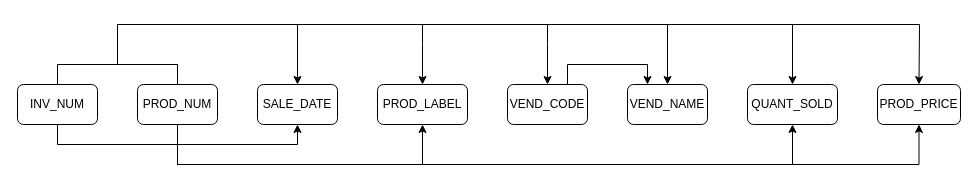
muoujiang/byb_project keeps this draw.io diagram as 未命名绘图.drawio. Above is the earlier version. Source tidied: cells renumbered, new cells numbered last; positions are measured from the earlier drawing's top-left corner, leaving out a move shared by most shapes. Both pictures are drawn from the tidied source at 100%, with x=0, y=0 at pixel (17, 24).
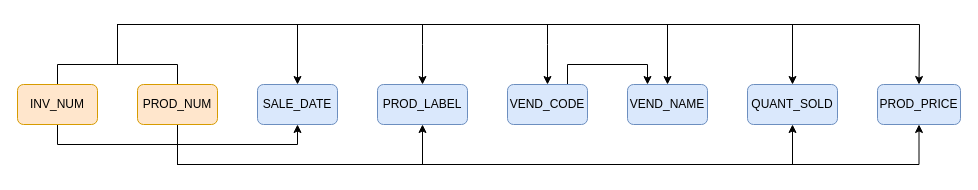
Above is the later version.

Commit message:
更新未命名绘图.drawio

What changed in the source:
```diff
@@
-    <mxCell id="4" value="INV_NUM" style="rounded=1;whiteSpace=wrap;html=1;" parent="1" vertex="1">
+    <mxCell id="4" value="INV_NUM" style="rounded=1;whiteSpace=wrap;html=1;fillColor=#ffe6cc;strokeColor=#d79b00;" parent="1" vertex="1">
       <mxGeometry y="60" width="80" height="40" as="geometry" />
     </mxCell>
@@
-    <mxCell id="8" value="PROD_NUM" style="rounded=1;whiteSpace=wrap;html=1;" parent="1" vertex="1">
+    <mxCell id="8" value="PROD_NUM" style="rounded=1;whiteSpace=wrap;html=1;fillColor=#ffe6cc;strokeColor=#d79b00;" parent="1" vertex="1">
       <mxGeometry x="120" y="60" width="80" height="40" as="geometry" />
     </mxCell>
-    <mxCell id="9" value="SALE_DATE" style="rounded=1;whiteSpace=wrap;html=1;" parent="1" vertex="1">
+    <mxCell id="9" value="SALE_DATE" style="rounded=1;whiteSpace=wrap;html=1;fillColor=#dae8fc;strokeColor=#6c8ebf;" parent="1" vertex="1">
       <mxGeometry x="240" y="60" width="80" height="40" as="geometry" />
     </mxCell>
-    <mxCell id="10" value="PROD_LABEL" style="rounded=1;whiteSpace=wrap;html=1;" parent="1" vertex="1">
+    <mxCell id="10" value="PROD_LABEL" style="rounded=1;whiteSpace=wrap;html=1;fillColor=#dae8fc;strokeColor=#6c8ebf;" parent="1" vertex="1">
       <mxGeometry x="360" y="60" width="90" height="40" as="geometry" />
     </mxCell>
@@
-    <mxCell id="12" value="VEND_CODE" style="rounded=1;whiteSpace=wrap;html=1;" parent="1" vertex="1">
+    <mxCell id="12" value="VEND_CODE" style="rounded=1;whiteSpace=wrap;html=1;fillColor=#dae8fc;strokeColor=#6c8ebf;" parent="1" vertex="1">
       <mxGeometry x="490" y="60" width="80" height="40" as="geometry" />
     </mxCell>
-    <mxCell id="13" value="VEND_NAME" style="rounded=1;whiteSpace=wrap;html=1;" parent="1" vertex="1">
+    <mxCell id="13" value="VEND_NAME" style="rounded=1;whiteSpace=wrap;html=1;fillColor=#dae8fc;strokeColor=#6c8ebf;" parent="1" vertex="1">
       <mxGeometry x="610" y="60" width="80" height="40" as="geometry" />
     </mxCell>
-    <mxCell id="14" value="QUANT_SOLD" style="rounded=1;whiteSpace=wrap;html=1;" parent="1" vertex="1">
+    <mxCell id="14" value="QUANT_SOLD" style="rounded=1;whiteSpace=wrap;html=1;fillColor=#dae8fc;strokeColor=#6c8ebf;" parent="1" vertex="1">
       <mxGeometry x="730" y="60" width="90" height="40" as="geometry" />
     </mxCell>
-    <mxCell id="15" value="PROD_PRICE" style="rounded=1;whiteSpace=wrap;html=1;" parent="1" vertex="1">
+    <mxCell id="15" value="PROD_PRICE" style="rounded=1;whiteSpace=wrap;html=1;fillColor=#dae8fc;strokeColor=#6c8ebf;" parent="1" vertex="1">
       <mxGeometry x="860" y="60" width="83" height="40" as="geometry" />
     </mxCell>
```
